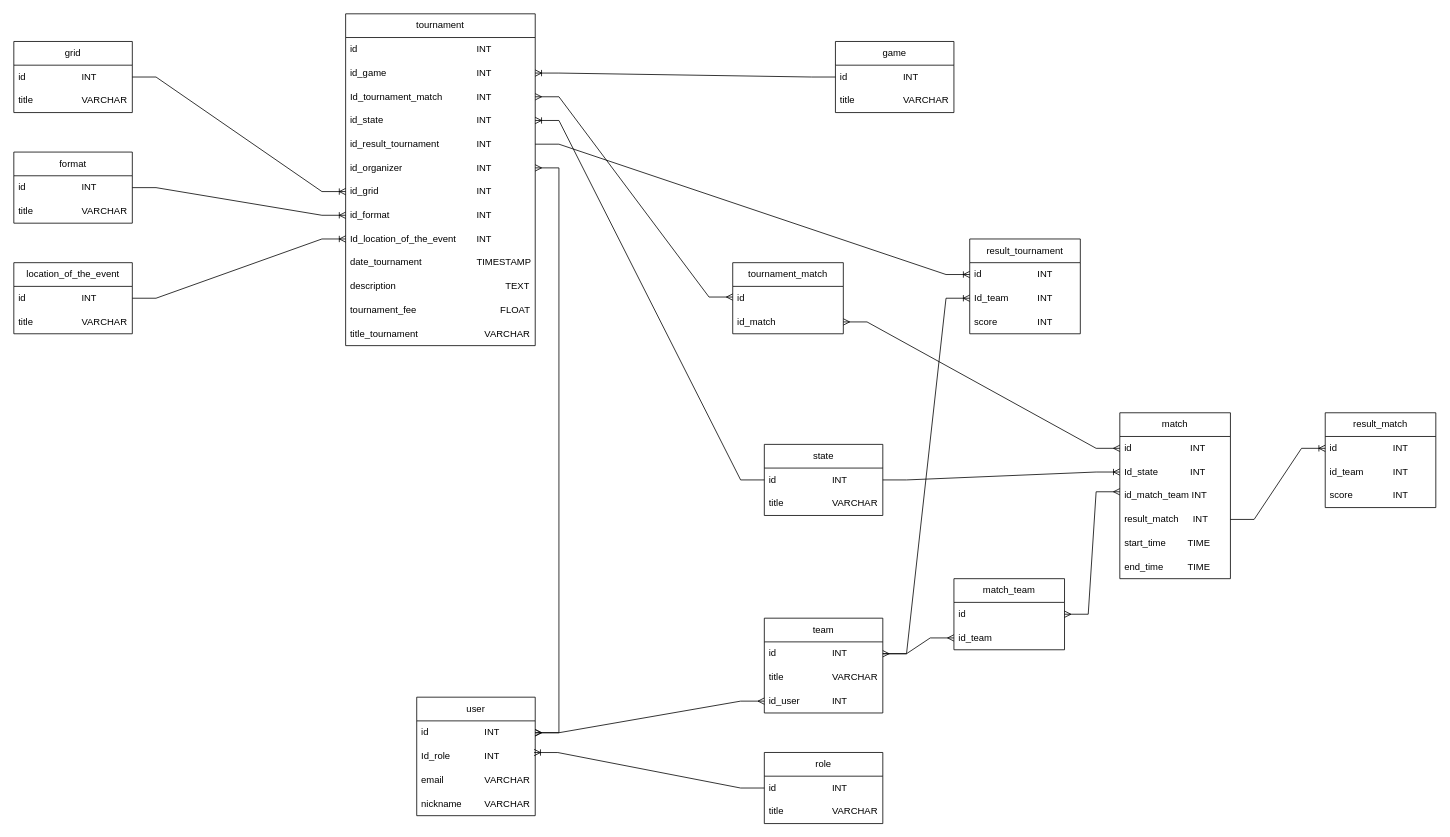
Above: arhitectur_bd/architecture_db_egor.drawio in SackByGo12/tournamentDL (draw.io), before the change. Source tidied: cells renumbered, new cells numbered last; positions are measured from the earlier drawing's top-left corner, leaving out a move shared by most shapes. Both pictures are drawn from the tidied source at 79%, with x=0, y=0 at pixel (13, 13).
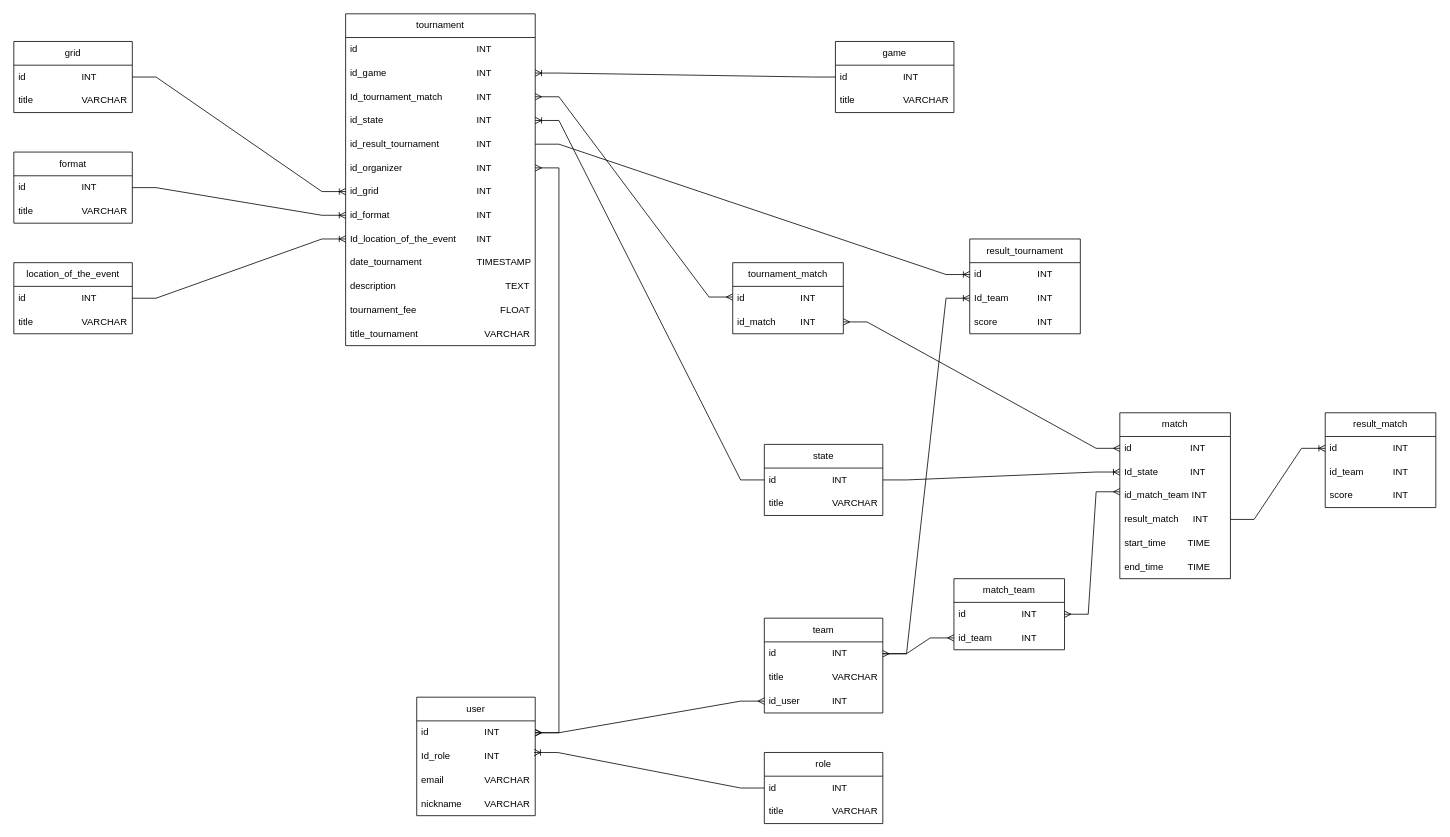
After the change.

The change refers to these unchanged cells:
```xml
<mxCell id="73" value="tournament_match" style="swimlane;fontStyle=0;horizontal=1;startSize=30;whiteSpace=wrap;html=1;" parent="1" vertex="1">
  <mxGeometry x="910" y="315" width="140" height="90" as="geometry" />
</mxCell>
<mxCell id="76" value="match_team" style="swimlane;fontStyle=0;horizontal=1;startSize=30;whiteSpace=wrap;html=1;" parent="1" vertex="1">
  <mxGeometry x="1190" y="715" width="140" height="90" as="geometry" />
</mxCell>
```

Change to the diagram source:
```diff
@@
-    <mxCell id="74" value="id" style="text;strokeColor=none;fillColor=none;align=left;verticalAlign=middle;spacingLeft=4;spacingRight=4;overflow=hidden;whiteSpace=wrap;html=1;" parent="73" vertex="1">
+    <mxCell id="74" value="id&lt;span style=&quot;white-space: pre;&quot;&gt;&#9;&lt;/span&gt;&lt;span style=&quot;white-space: pre;&quot;&gt;&#9;&lt;/span&gt;&lt;span style=&quot;white-space: pre;&quot;&gt;&#9;&lt;/span&gt;INT" style="text;strokeColor=none;fillColor=none;align=left;verticalAlign=middle;spacingLeft=4;spacingRight=4;overflow=hidden;whiteSpace=wrap;html=1;" parent="73" vertex="1">
       <mxGeometry y="30" width="140" height="30" as="geometry" />
     </mxCell>
-    <mxCell id="75" value="id_match" style="text;strokeColor=none;fillColor=none;align=left;verticalAlign=middle;spacingLeft=4;spacingRight=4;overflow=hidden;points=[[0,0.5],[1,0.5]];portConstraint=eastwest;whiteSpace=wrap;html=1;" parent="73" vertex="1">
+    <mxCell id="75" value="id_match&lt;span style=&quot;white-space: pre;&quot;&gt;&#9;&lt;/span&gt;&lt;span style=&quot;white-space: pre;&quot;&gt;&#9;&lt;/span&gt;INT" style="text;strokeColor=none;fillColor=none;align=left;verticalAlign=middle;spacingLeft=4;spacingRight=4;overflow=hidden;points=[[0,0.5],[1,0.5]];portConstraint=eastwest;whiteSpace=wrap;html=1;" parent="73" vertex="1">
       <mxGeometry y="60" width="140" height="30" as="geometry" />
     </mxCell>
@@
-    <mxCell id="77" value="id" style="text;strokeColor=none;fillColor=none;align=left;verticalAlign=middle;spacingLeft=4;spacingRight=4;overflow=hidden;points=[[0,0.5],[1,0.5]];portConstraint=eastwest;whiteSpace=wrap;html=1;" parent="76" vertex="1">
+    <mxCell id="77" value="id&lt;span style=&quot;white-space: pre;&quot;&gt;&#9;&lt;/span&gt;&lt;span style=&quot;white-space: pre;&quot;&gt;&#9;&lt;/span&gt;&lt;span style=&quot;white-space: pre;&quot;&gt;&#9;&lt;/span&gt;INT" style="text;strokeColor=none;fillColor=none;align=left;verticalAlign=middle;spacingLeft=4;spacingRight=4;overflow=hidden;points=[[0,0.5],[1,0.5]];portConstraint=eastwest;whiteSpace=wrap;html=1;" parent="76" vertex="1">
       <mxGeometry y="30" width="140" height="30" as="geometry" />
     </mxCell>
-    <mxCell id="78" value="id_team" style="text;strokeColor=none;fillColor=none;align=left;verticalAlign=middle;spacingLeft=4;spacingRight=4;overflow=hidden;points=[[0,0.5],[1,0.5]];portConstraint=eastwest;whiteSpace=wrap;html=1;" parent="76" vertex="1">
+    <mxCell id="78" value="id_team&lt;span style=&quot;white-space: pre;&quot;&gt;&#9;&lt;/span&gt;&lt;span style=&quot;white-space: pre;&quot;&gt;&#9;&lt;/span&gt;INT" style="text;strokeColor=none;fillColor=none;align=left;verticalAlign=middle;spacingLeft=4;spacingRight=4;overflow=hidden;points=[[0,0.5],[1,0.5]];portConstraint=eastwest;whiteSpace=wrap;html=1;" parent="76" vertex="1">
       <mxGeometry y="60" width="140" height="30" as="geometry" />
     </mxCell>
```
